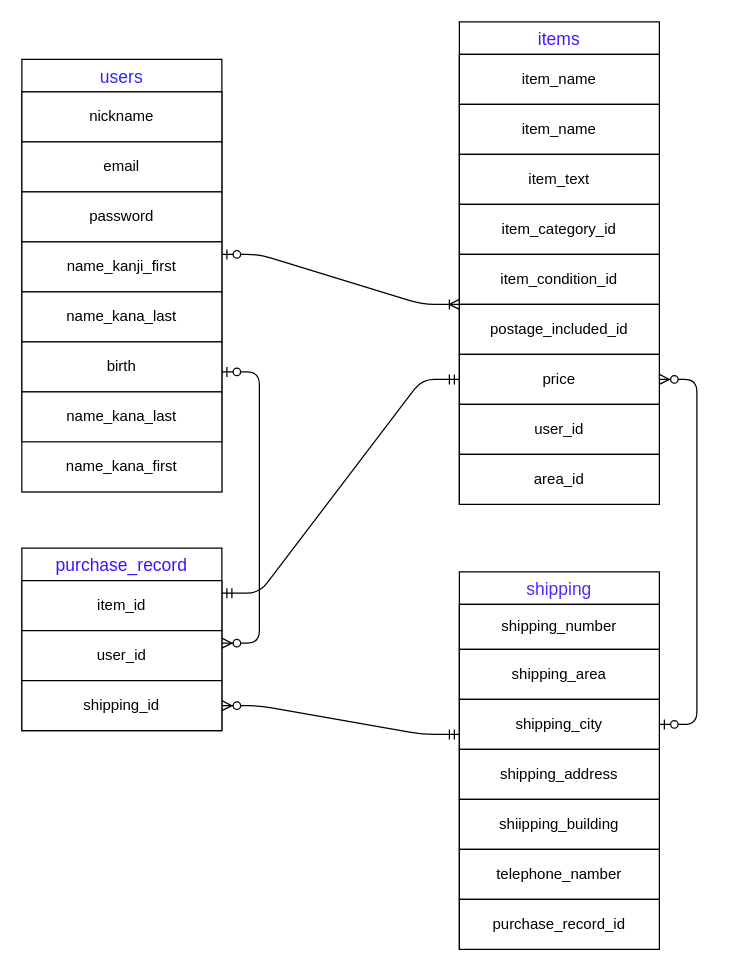
Before: config/test.dio in EIJIKUROKAWA/furima-37290, a draw.io diagram. Source tidied: cells renumbered, new cells numbered last; positions are measured from the earlier drawing's top-left corner, leaving out a move shared by most shapes. Both pictures are drawn from the tidied source at 125%, with x=0, y=0 at pixel (21, 21).
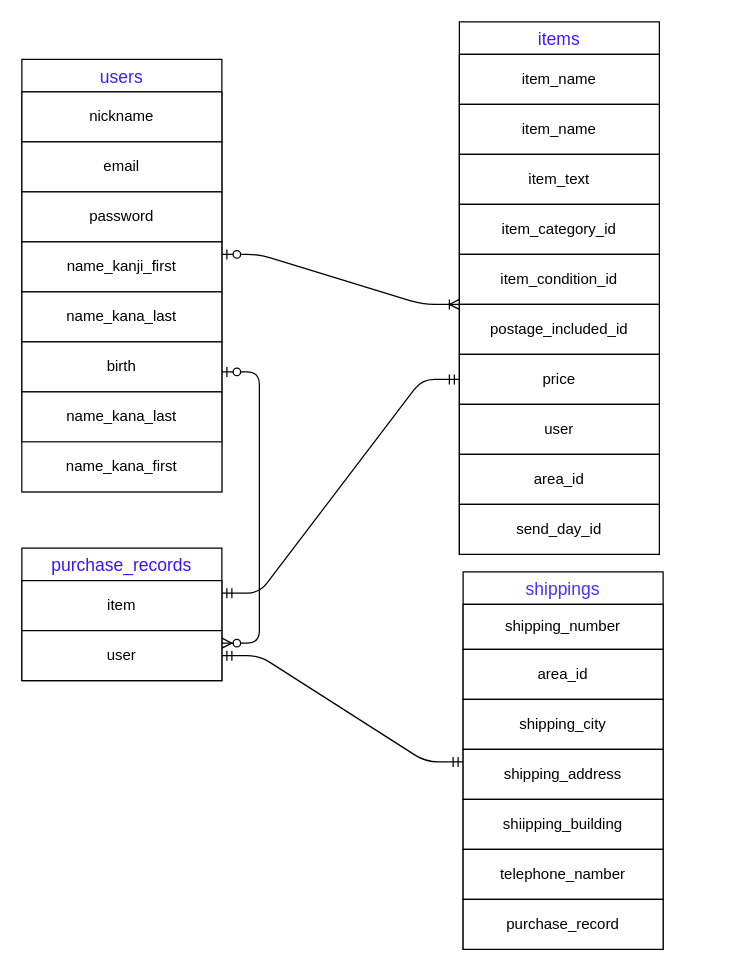
The same diagram, later.

The change refers to these unchanged cells:
```xml
<mxCell id="18" value="price" style="whiteSpace=wrap;html=1;align=center;" parent="11" vertex="1">
  <mxGeometry y="266" width="160" height="40" as="geometry" />
</mxCell>
<mxCell id="24" value="shipping_city" style="whiteSpace=wrap;html=1;align=center;" parent="21" vertex="1">
  <mxGeometry y="102" width="160" height="40" as="geometry" />
</mxCell>
<mxCell id="25" value="shipping_address" style="whiteSpace=wrap;html=1;align=center;" parent="21" vertex="1">
  <mxGeometry y="142" width="160" height="40" as="geometry" />
</mxCell>
```

What changed in the source:
```diff
@@
     <mxCell id="11" value="items" style="swimlane;fontStyle=0;horizontal=1;startSize=26;align=center;fontSize=14;fontColor=#4719FF;" parent="1" vertex="1">
-      <mxGeometry x="350" width="160" height="386" as="geometry" />
+      <mxGeometry x="350" width="160" height="426" as="geometry" />
     </mxCell>
@@
-    <mxCell id="19" value="user_id" style="whiteSpace=wrap;html=1;align=center;" parent="11" vertex="1">
+    <mxCell id="19" value="user" style="whiteSpace=wrap;html=1;align=center;" parent="11" vertex="1">
       <mxGeometry y="306" width="160" height="40" as="geometry" />
     </mxCell>
@@
+    <mxCell id="39" value="send_day_id" style="whiteSpace=wrap;html=1;align=center;fontColor=#000000;strokeColor=#000000;" parent="11" vertex="1">
+      <mxGeometry y="386" width="160" height="40" as="geometry" />
+    </mxCell>
-    <mxCell id="21" value="shipping" style="swimlane;fontStyle=0;horizontal=1;startSize=26;align=center;fontSize=14;fontColor=#4A2EFF;" parent="1" vertex="1">
-      <mxGeometry x="350" y="440" width="160" height="302" as="geometry" />
+    <mxCell id="21" value="shippings" style="swimlane;fontStyle=0;horizontal=1;startSize=26;align=center;fontSize=14;fontColor=#4A2EFF;" parent="1" vertex="1">
+      <mxGeometry x="353" y="440" width="160" height="302" as="geometry" />
     </mxCell>
@@
-    <mxCell id="23" value="shipping_area" style="whiteSpace=wrap;html=1;align=center;" parent="21" vertex="1">
+    <mxCell id="23" value="area_id" style="whiteSpace=wrap;html=1;align=center;" parent="21" vertex="1">
       <mxGeometry y="62" width="160" height="40" as="geometry" />
     </mxCell>
@@
-    <mxCell id="28" value="purchase_record_id" style="whiteSpace=wrap;html=1;align=center;" parent="21" vertex="1">
+    <mxCell id="28" value="purchase_record" style="whiteSpace=wrap;html=1;align=center;" parent="21" vertex="1">
       <mxGeometry y="262" width="160" height="40" as="geometry" />
     </mxCell>
@@
-    <mxCell id="30" style="edgeStyle=entityRelationEdgeStyle;fontSize=12;html=1;endArrow=ERzeroToMany;startArrow=ERzeroToOne;" parent="1" edge="1" source="24" target="18">
-      <mxGeometry relative="1" as="geometry" />
-    </mxCell>
-    <mxCell id="31" value="purchase_record" style="swimlane;fontStyle=0;horizontal=1;startSize=26;align=center;fontSize=14;labelBorderColor=none;fontColor=#3C14FF;" parent="1" vertex="1">
-      <mxGeometry y="421" width="160" height="146" as="geometry" />
+    <mxCell id="31" value="purchase_records" style="swimlane;fontStyle=0;horizontal=1;startSize=26;align=center;fontSize=14;labelBorderColor=none;fontColor=#3C14FF;" parent="1" vertex="1">
+      <mxGeometry y="421" width="160" height="106" as="geometry" />
     </mxCell>
-    <mxCell id="32" value="item_id" style="whiteSpace=wrap;html=1;align=center;" parent="31" vertex="1">
+    <mxCell id="32" value="item" style="whiteSpace=wrap;html=1;align=center;" parent="31" vertex="1">
       <mxGeometry y="26" width="160" height="40" as="geometry" />
     </mxCell>
-    <mxCell id="33" value="user_id" style="whiteSpace=wrap;html=1;align=center;" parent="31" vertex="1">
+    <mxCell id="33" value="user" style="whiteSpace=wrap;html=1;align=center;" parent="31" vertex="1">
       <mxGeometry y="66" width="160" height="40" as="geometry" />
     </mxCell>
-    <mxCell id="34" value="shipping_id" style="whiteSpace=wrap;html=1;align=center;" parent="31" vertex="1">
-      <mxGeometry y="106" width="160" height="40" as="geometry" />
-    </mxCell>
@@
-    <mxCell id="38" style="edgeStyle=entityRelationEdgeStyle;fontSize=12;html=1;endArrow=ERzeroToMany;startArrow=ERmandOne;exitX=0;exitY=0.7;exitDx=0;exitDy=0;exitPerimeter=0;" parent="1" edge="1" source="24" target="34">
-      <mxGeometry relative="1" as="geometry" />
-    </mxCell>
+    <mxCell id="40" style="edgeStyle=entityRelationEdgeStyle;fontSize=12;html=1;endArrow=ERmandOne;startArrow=ERmandOne;fontColor=#000000;exitX=1;exitY=0.5;exitDx=0;exitDy=0;entryX=0;entryY=0.25;entryDx=0;entryDy=0;" parent="1" edge="1" source="33" target="25">
+      <mxGeometry relative="1" as="geometry" />
+    </mxCell>
```
